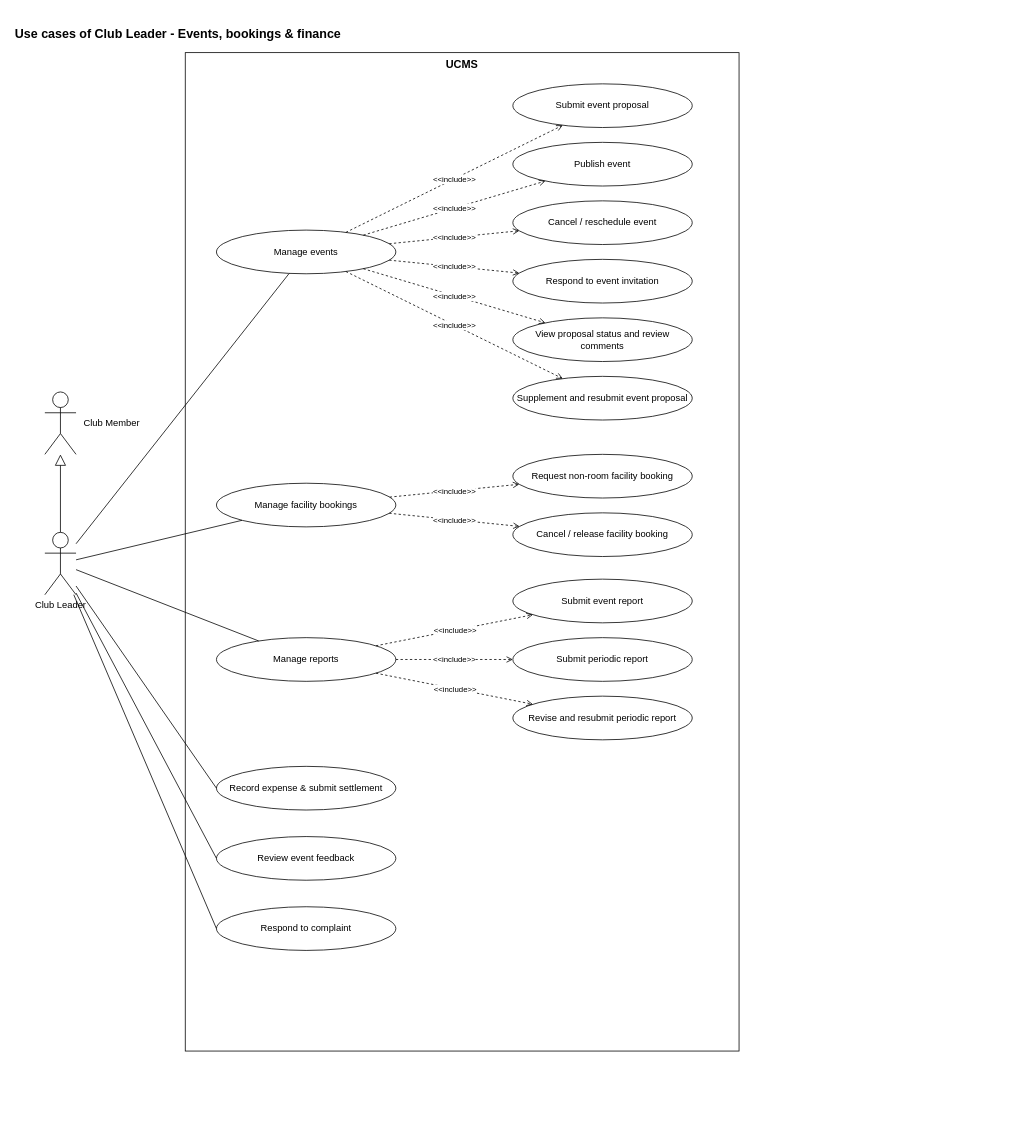
Before: page "Club Leader - Events, bookings & finance" (6 of 9) of docs/03-diagrams/UCMS_UseCase_ByActor.drawio in nvdekay/ClubManagementSystem, a draw.io diagram. Source tidied: cells renumbered, new cells numbered last; positions are measured from the earlier drawing's top-left corner, leaving out a move shared by most shapes. Both pictures are drawn from the tidied source at 78%, with x=0, y=0 at pixel (13, 21).
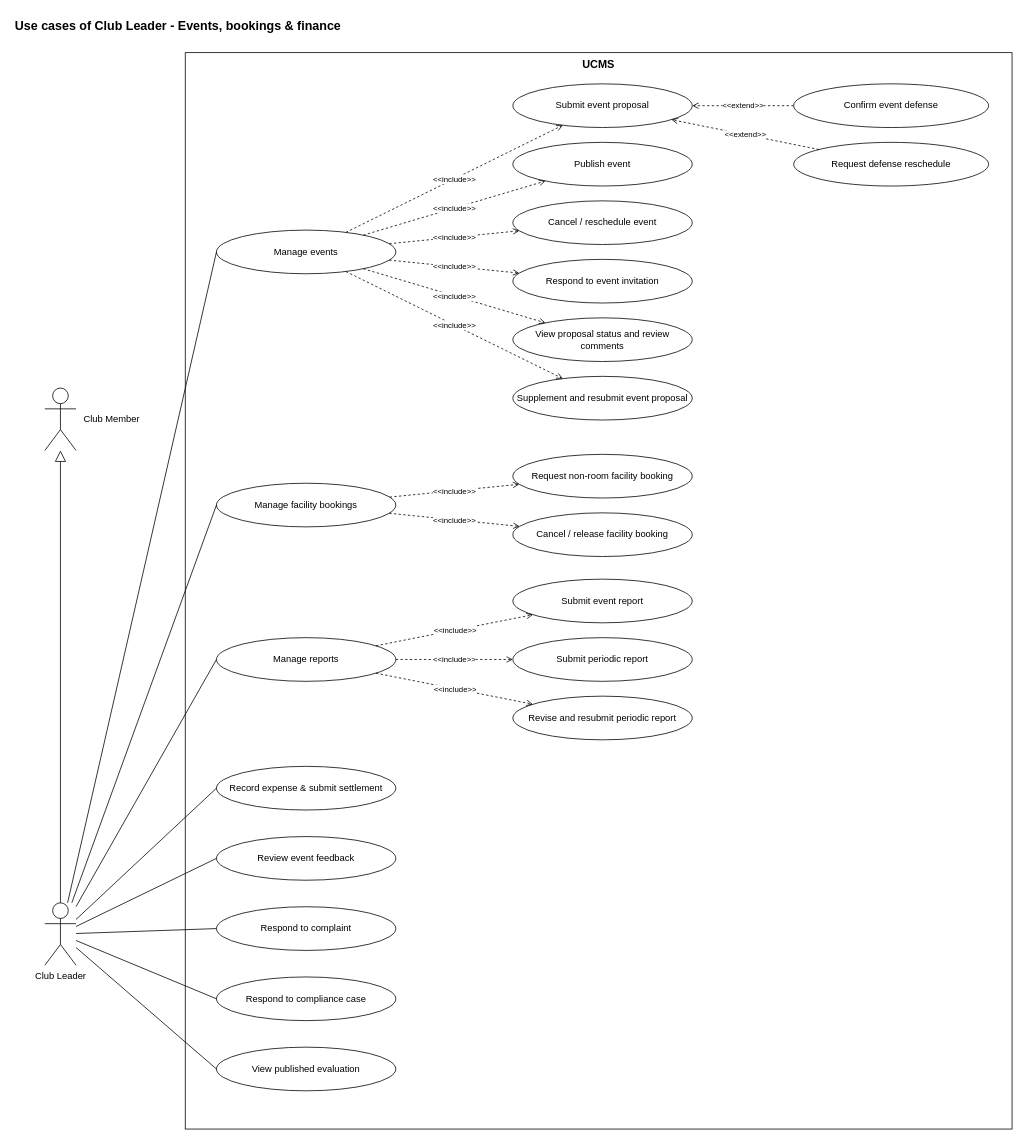
The same diagram, later.

The change refers to these unchanged cells:
```xml
<mxCell id="7" value="Manage events" style="ellipse;whiteSpace=wrap;html=1;fillColor=#ffffff;strokeColor=#000000;fontSize=12;" parent="1" vertex="1">
  <mxGeometry x="260" y="267.5" width="230" height="56" as="geometry" />
</mxCell>
<mxCell id="9" value="Submit event proposal" style="ellipse;whiteSpace=wrap;html=1;fillColor=#ffffff;strokeColor=#000000;fontSize=12;" parent="1" vertex="1">
  <mxGeometry x="640" y="80" width="230" height="56" as="geometry" />
</mxCell>
<mxCell id="17" value="Manage facility bookings" style="ellipse;whiteSpace=wrap;html=1;fillColor=#ffffff;strokeColor=#000000;fontSize=12;" parent="1" vertex="1">
  <mxGeometry x="260" y="592" width="230" height="56" as="geometry" />
</mxCell>
<mxCell id="23" value="Manage reports" style="ellipse;whiteSpace=wrap;html=1;fillColor=#ffffff;strokeColor=#000000;fontSize=12;" parent="1" vertex="1">
  <mxGeometry x="260" y="790" width="230" height="56" as="geometry" />
</mxCell>
```

Change to the diagram source:
```diff
@@
     <mxCell id="2" value="Use cases of Club Leader - Events, bookings &amp;amp; finance" style="text;html=1;fontStyle=1;fontSize=16;align=left;" parent="1" vertex="1">
-      <mxGeometry width="900" height="30" as="geometry" />
+      <mxGeometry y="-10" width="900" height="30" as="geometry" />
     </mxCell>
     <mxCell id="3" value="UCMS" style="rounded=0;whiteSpace=wrap;html=1;fillColor=none;strokeColor=#000000;verticalAlign=top;fontStyle=1;fontSize=14;" parent="1" vertex="1">
-      <mxGeometry x="220" y="40" width="710" height="1280" as="geometry" />
+      <mxGeometry x="220" y="40" width="1060" height="1380" as="geometry" />
     </mxCell>
     <mxCell id="4" value="Club Leader" style="shape=umlActor;verticalLabelPosition=bottom;verticalAlign=top;html=1;outlineConnect=0;fillColor=#ffffff;strokeColor=#000000;" parent="1" vertex="1">
-      <mxGeometry x="40" y="655" width="40" height="80" as="geometry" />
+      <mxGeometry x="40" y="1130" width="40" height="80" as="geometry" />
     </mxCell>
     <mxCell id="5" value="Club Member" style="shape=umlActor;verticalLabelPosition=middle;verticalAlign=middle;labelPosition=right;align=left;spacingLeft=8;html=1;outlineConnect=0;fillColor=#ffffff;strokeColor=#000000;fontSize=12;" parent="1" vertex="1">
-      <mxGeometry x="40" y="475" width="40" height="80" as="geometry" />
+      <mxGeometry x="40" y="470" width="40" height="80" as="geometry" />
     </mxCell>
@@
-    <mxCell id="8" style="endArrow=none;html=1;strokeColor=#000000;" parent="1" edge="1" source="4" target="7">
+    <mxCell id="8" style="endArrow=none;html=1;strokeColor=#000000;entryX=0;entryY=0.5;entryDx=0;entryDy=0;" parent="1" edge="1" source="4" target="7">
       <mxGeometry relative="1" as="geometry" />
     </mxCell>
@@
+    <mxCell id="37" value="View proposal status and review comments" style="ellipse;whiteSpace=wrap;html=1;fillColor=#ffffff;strokeColor=#000000;fontSize=12;" parent="1" vertex="1">
+      <mxGeometry x="640" y="380" width="230" height="56" as="geometry" />
+    </mxCell>
+    <mxCell id="38" value="&amp;lt;&amp;lt;include&amp;gt;&amp;gt;" style="endArrow=open;dashed=1;html=1;strokeColor=#000000;fontSize=10;labelBackgroundColor=#ffffff;" parent="1" edge="1" source="7" target="37">
+      <mxGeometry relative="1" as="geometry" />
+    </mxCell>
+    <mxCell id="39" value="Supplement and resubmit event proposal" style="ellipse;whiteSpace=wrap;html=1;fillColor=#ffffff;strokeColor=#000000;fontSize=12;" parent="1" vertex="1">
+      <mxGeometry x="640" y="455" width="230" height="56" as="geometry" />
+    </mxCell>
+    <mxCell id="40" value="&amp;lt;&amp;lt;include&amp;gt;&amp;gt;" style="endArrow=open;dashed=1;html=1;strokeColor=#000000;fontSize=10;labelBackgroundColor=#ffffff;" parent="1" edge="1" source="7" target="39">
+      <mxGeometry relative="1" as="geometry" />
+    </mxCell>
+    <mxCell id="41" value="Confirm event defense" style="ellipse;whiteSpace=wrap;html=1;fillColor=#ffffff;strokeColor=#000000;fontSize=12;" parent="1" vertex="1">
+      <mxGeometry x="1000" y="80" width="250" height="56" as="geometry" />
+    </mxCell>
+    <mxCell id="42" value="&amp;lt;&amp;lt;extend&amp;gt;&amp;gt;" style="endArrow=open;dashed=1;html=1;strokeColor=#000000;fontSize=10;labelBackgroundColor=#ffffff;" parent="1" edge="1" source="41" target="9">
+      <mxGeometry relative="1" as="geometry" />
+    </mxCell>
+    <mxCell id="43" value="Request defense reschedule" style="ellipse;whiteSpace=wrap;html=1;fillColor=#ffffff;strokeColor=#000000;fontSize=12;" parent="1" vertex="1">
+      <mxGeometry x="1000" y="155" width="250" height="56" as="geometry" />
+    </mxCell>
+    <mxCell id="44" value="&amp;lt;&amp;lt;extend&amp;gt;&amp;gt;" style="endArrow=open;dashed=1;html=1;strokeColor=#000000;fontSize=10;labelBackgroundColor=#ffffff;" parent="1" edge="1" source="43" target="9">
+      <mxGeometry relative="1" as="geometry" />
+    </mxCell>
@@
-    <mxCell id="18" style="endArrow=none;html=1;strokeColor=#000000;" parent="1" edge="1" source="4" target="17">
+    <mxCell id="18" style="endArrow=none;html=1;strokeColor=#000000;entryX=0;entryY=0.5;entryDx=0;entryDy=0;" parent="1" edge="1" source="4" target="17">
       <mxGeometry relative="1" as="geometry" />
     </mxCell>
@@
-    <mxCell id="24" style="endArrow=none;html=1;strokeColor=#000000;" parent="1" edge="1" source="4" target="23">
+    <mxCell id="24" style="endArrow=none;html=1;strokeColor=#000000;entryX=0;entryY=0.5;entryDx=0;entryDy=0;" parent="1" edge="1" source="4" target="23">
       <mxGeometry relative="1" as="geometry" />
     </mxCell>
@@
-    <mxCell id="37" value="View proposal status and review comments" style="ellipse;whiteSpace=wrap;html=1;fillColor=#ffffff;strokeColor=#000000;fontSize=12;" parent="1" vertex="1">
-      <mxGeometry x="640" y="380" width="230" height="56" as="geometry" />
-    </mxCell>
-    <mxCell id="38" value="&amp;lt;&amp;lt;include&amp;gt;&amp;gt;" style="endArrow=open;dashed=1;html=1;strokeColor=#000000;fontSize=10;labelBackgroundColor=#ffffff;" parent="1" edge="1" source="7" target="37">
-      <mxGeometry relative="1" as="geometry" />
-    </mxCell>
-    <mxCell id="39" value="Supplement and resubmit event proposal" style="ellipse;whiteSpace=wrap;html=1;fillColor=#ffffff;strokeColor=#000000;fontSize=12;" parent="1" vertex="1">
-      <mxGeometry x="640" y="455" width="230" height="56" as="geometry" />
-    </mxCell>
-    <mxCell id="40" value="&amp;lt;&amp;lt;include&amp;gt;&amp;gt;" style="endArrow=open;dashed=1;html=1;strokeColor=#000000;fontSize=10;labelBackgroundColor=#ffffff;" parent="1" edge="1" source="7" target="39">
-      <mxGeometry relative="1" as="geometry" />
-    </mxCell>
+    <mxCell id="45" value="Respond to compliance case" style="ellipse;whiteSpace=wrap;html=1;fillColor=#ffffff;strokeColor=#000000;fontSize=12;" parent="1" vertex="1">
+      <mxGeometry x="260" y="1225" width="230" height="56" as="geometry" />
+    </mxCell>
+    <mxCell id="46" style="endArrow=none;html=1;strokeColor=#000000;entryX=0;entryY=0.5;entryDx=0;entryDy=0;" parent="1" edge="1" source="4" target="45">
+      <mxGeometry relative="1" as="geometry" />
+    </mxCell>
+    <mxCell id="47" value="View published evaluation" style="ellipse;whiteSpace=wrap;html=1;fillColor=#ffffff;strokeColor=#000000;fontSize=12;" parent="1" vertex="1">
+      <mxGeometry x="260" y="1315" width="230" height="56" as="geometry" />
+    </mxCell>
+    <mxCell id="48" style="endArrow=none;html=1;strokeColor=#000000;entryX=0;entryY=0.5;entryDx=0;entryDy=0;" parent="1" edge="1" source="4" target="47">
+      <mxGeometry relative="1" as="geometry" />
+    </mxCell>
```
